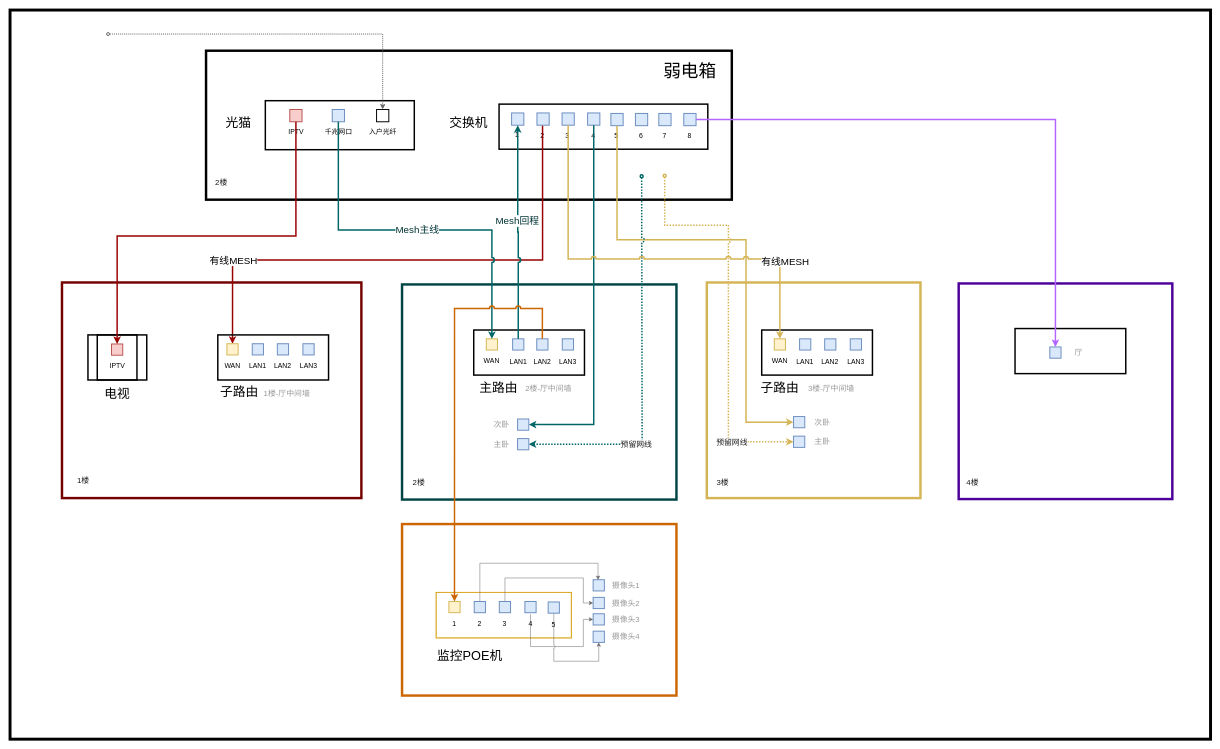
Earlier version of the draw.io diagram page "main" (1 of 3) of 网线拓扑.drawio (yangbe/diagrams). Source tidied: cells renumbered, new cells numbered last; positions are measured from the earlier drawing's top-left corner, leaving out a move shared by most shapes. Both pictures are drawn from the tidied source at 49%, with x=0, y=0 at pixel (10, 10).
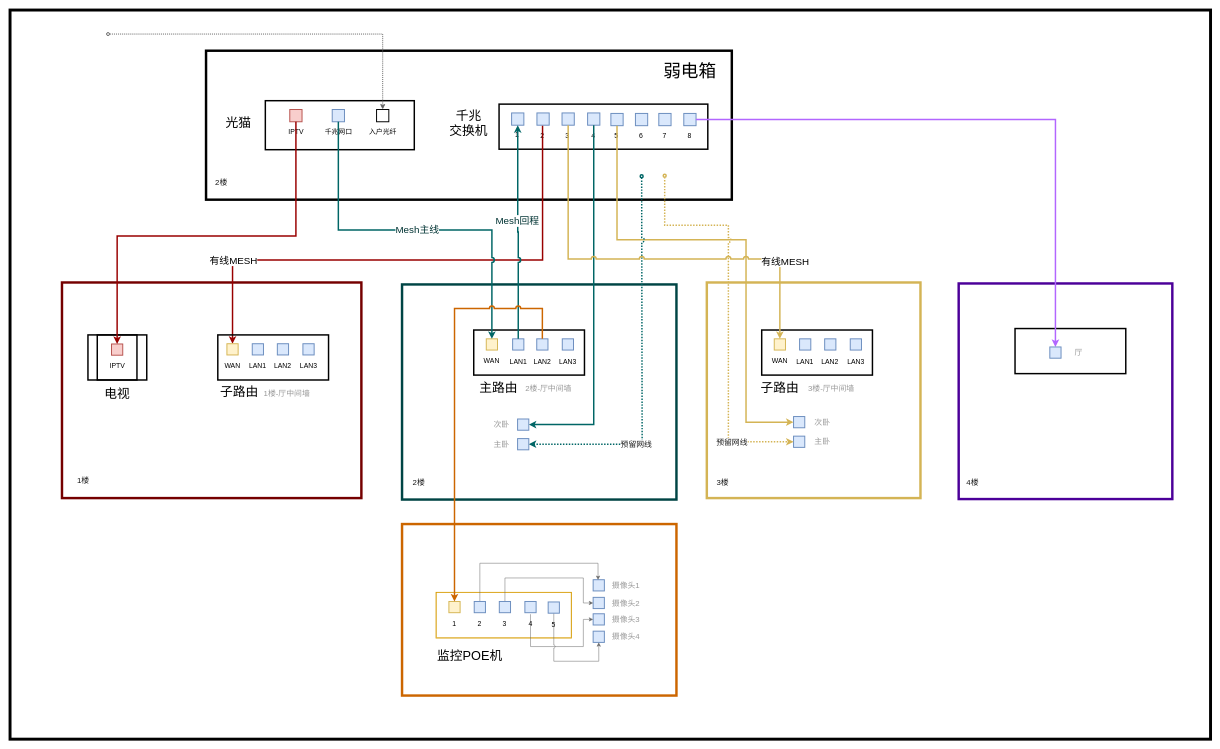
After the change.

Commit message:
更新网线拓扑.drawio

What changed in the source:
```diff
@@
-    <mxCell id="73" value="交换机" style="text;html=1;strokeColor=none;fillColor=none;align=center;verticalAlign=middle;whiteSpace=wrap;rounded=0;fontSize=26;" parent="1" vertex="1">
+    <mxCell id="73" value="千兆&lt;br&gt;交换机" style="text;html=1;strokeColor=none;fillColor=none;align=center;verticalAlign=middle;whiteSpace=wrap;rounded=0;fontSize=26;" parent="1" vertex="1">
       <mxGeometry x="891" y="216" width="90" height="30" as="geometry" />
     </mxCell>
```
